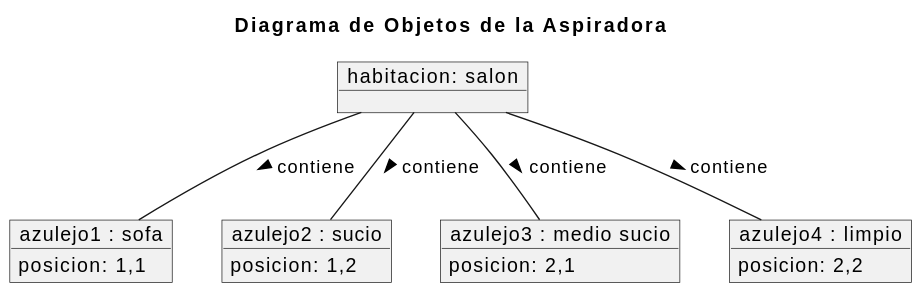
Above: img/ModeloDeObjetos.svg in mmasias/23-24-IdSw2-SDD (PlantUML), before the change. The source it was exported from:
```plantuml
@startuml
title Diagrama de Objetos de la Aspiradora

object "habitacion: salon" as habitacion{

}
object "azulejo1 : sofa" as azulejo1{
   posicion: 1,1

}
object "azulejo2 : sucio" as azulejo2{
   posicion: 1,2
}
object "azulejo3 : medio sucio" as azulejo3{
   posicion: 2,1
}
object "azulejo4 : limpio" as azulejo4{
   posicion: 2,2
}
habitacion-- azulejo1: > contiene
habitacion-- azulejo2: > contiene
habitacion-- azulejo3: > contiene
habitacion-- azulejo4: > contiene
@enduml
```
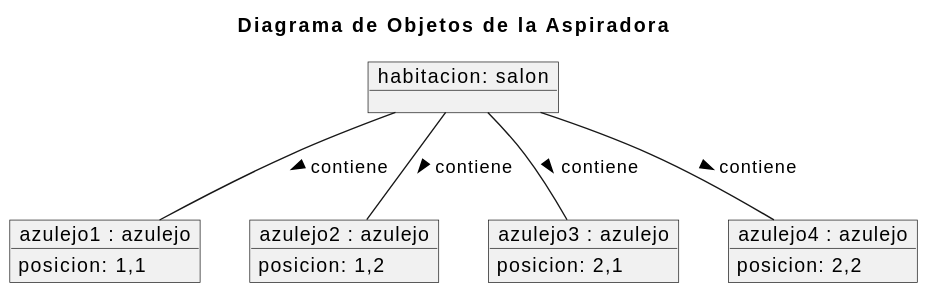
Above is the later version.

The edit, as a diff of the source:
```diff
@@ -4,19 +4,22 @@
 object "habitacion: salon" as habitacion{
 
 }
-object "azulejo1 : sofa" as azulejo1{
+object "azulejo1 : azulejo" as azulejo1{
    posicion: 1,1
+}
 
-}
-object "azulejo2 : sucio" as azulejo2{
+object "azulejo2 : azulejo" as azulejo2{
    posicion: 1,2
 }
-object "azulejo3 : medio sucio" as azulejo3{
+
+object "azulejo3 : azulejo" as azulejo3{
    posicion: 2,1
 }
-object "azulejo4 : limpio" as azulejo4{
+
+object "azulejo4 : azulejo" as azulejo4{
    posicion: 2,2
 }
+
 habitacion-- azulejo1: > contiene
 habitacion-- azulejo2: > contiene
 habitacion-- azulejo3: > contiene
```
